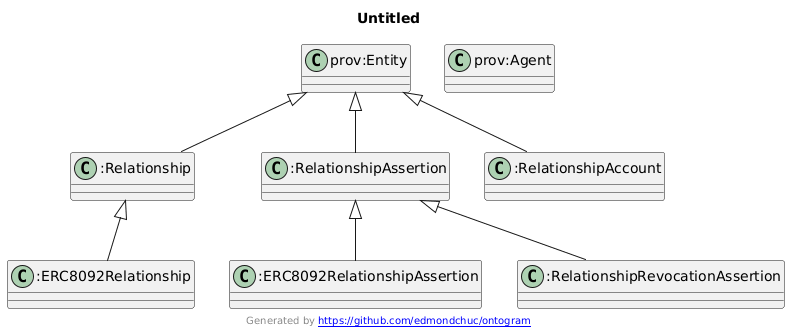
Earlier version of the PlantUML export docs/ontology/images/sections/erc8092-relationships.png (Agentic-Trust-Layer/agent-explorer).
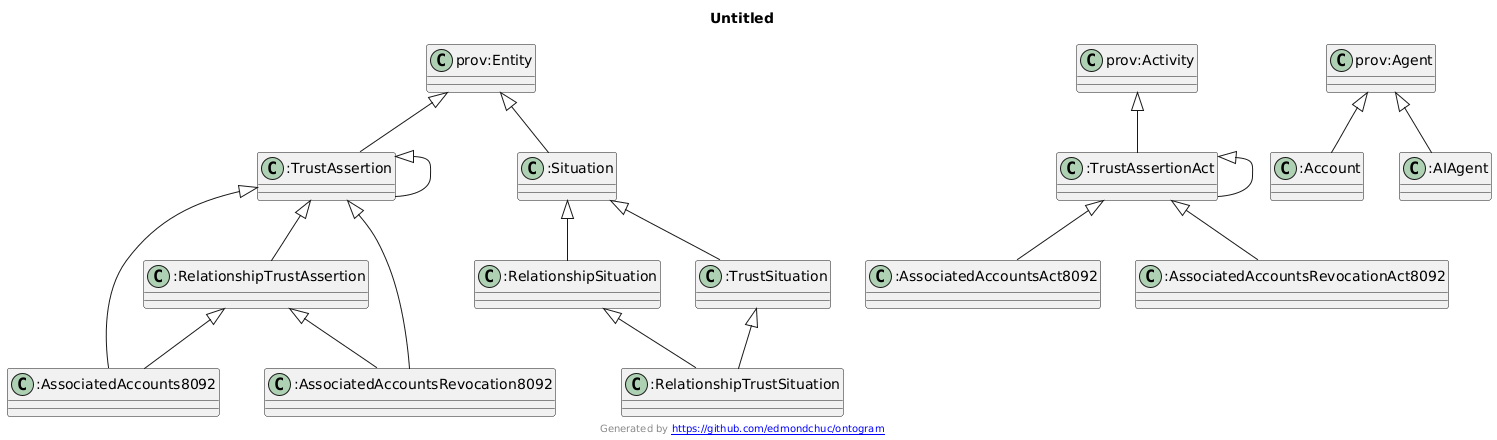
Later version of the same file.

Change to the diagram source:
```diff
@@ -1,26 +1,58 @@
 @startuml
 title Untitled
-"prov:Entity" <|-- ":Relationship"
-"prov:Entity" <|-- ":RelationshipAssertion"
-":Relationship" <|-- ":ERC8092Relationship"
-":RelationshipAssertion" <|-- ":ERC8092RelationshipAssertion"
-"prov:Entity" <|-- ":RelationshipAccount"
-":RelationshipAssertion" <|-- ":RelationshipRevocationAssertion"
+"prov:Entity" <|-- ":TrustAssertion"
+":TrustAssertion" <|-- ":RelationshipTrustAssertion"
+"prov:Activity" <|-- ":TrustAssertionAct"
+"prov:Entity" <|-- ":Situation"
+":Situation" <|-- ":RelationshipSituation"
+":Situation" <|-- ":TrustSituation"
+":RelationshipSituation" <|-- ":RelationshipTrustSituation"
+":TrustSituation" <|-- ":RelationshipTrustSituation"
+":TrustAssertion" <|-- ":TrustAssertion"
+":TrustAssertionAct" <|-- ":TrustAssertionAct"
+":TrustAssertion" <|-- ":AssociatedAccounts8092"
+":RelationshipTrustAssertion" <|-- ":AssociatedAccounts8092"
+":TrustAssertionAct" <|-- ":AssociatedAccountsAct8092"
+":TrustAssertion" <|-- ":AssociatedAccountsRevocation8092"
+":RelationshipTrustAssertion" <|-- ":AssociatedAccountsRevocation8092"
+":TrustAssertionAct" <|-- ":AssociatedAccountsRevocationAct8092"
+"prov:Agent" <|-- ":Account"
+"prov:Agent" <|-- ":AIAgent"
 Class "prov:Entity" [[http://www.w3.org/ns/prov#Entity]] {
+}
+Class "prov:Activity" [[http://www.w3.org/ns/prov#Activity]] {
 }
 Class "prov:Agent" [[http://www.w3.org/ns/prov#Agent]] {
 }
-Class ":Relationship" [[https://www.agentictrust.io/ontology/agentictrust#Relationship]] {
+Class ":TrustAssertion" [[https://www.agentictrust.io/ontology/agentictrust-core#TrustAssertion]] {
 }
-Class ":RelationshipAssertion" [[https://www.agentictrust.io/ontology/agentictrust#RelationshipAssertion]] {
+Class ":RelationshipTrustAssertion" [[https://www.agentictrust.io/ontology/agentictrust-core#RelationshipTrustAssertion]] {
 }
-Class ":ERC8092Relationship" [[https://www.agentictrust.io/ontology/ERC8092#ERC8092Relationship]] {
+Class ":TrustAssertionAct" [[https://www.agentictrust.io/ontology/agentictrust-core#TrustAssertionAct]] {
 }
-Class ":ERC8092RelationshipAssertion" [[https://www.agentictrust.io/ontology/ERC8092#ERC8092RelationshipAssertion]] {
+Class ":Situation" [[https://www.agentictrust.io/ontology/agentictrust-core#Situation]] {
 }
-Class ":RelationshipAccount" [[https://www.agentictrust.io/ontology/ERC8092#RelationshipAccount]] {
+Class ":RelationshipSituation" [[https://www.agentictrust.io/ontology/agentictrust-core#RelationshipSituation]] {
 }
-Class ":RelationshipRevocationAssertion" [[https://www.agentictrust.io/ontology/ERC8092#RelationshipRevocationAssertion]] {
+Class ":TrustSituation" [[https://www.agentictrust.io/ontology/agentictrust-core#TrustSituation]] {
+}
+Class ":RelationshipTrustSituation" [[https://www.agentictrust.io/ontology/agentictrust-core#RelationshipTrustSituation]] {
+}
+Class ":TrustAssertion" [[https://www.agentictrust.io/ontology/ERC8092#TrustAssertion]] {
+}
+Class ":TrustAssertionAct" [[https://www.agentictrust.io/ontology/ERC8092#TrustAssertionAct]] {
+}
+Class ":AssociatedAccounts8092" [[https://www.agentictrust.io/ontology/ERC8092#AssociatedAccounts8092]] {
+}
+Class ":AssociatedAccountsAct8092" [[https://www.agentictrust.io/ontology/ERC8092#AssociatedAccountsAct8092]] {
+}
+Class ":AssociatedAccountsRevocation8092" [[https://www.agentictrust.io/ontology/ERC8092#AssociatedAccountsRevocation8092]] {
+}
+Class ":AssociatedAccountsRevocationAct8092" [[https://www.agentictrust.io/ontology/ERC8092#AssociatedAccountsRevocationAct8092]] {
+}
+Class ":Account" [[https://www.agentictrust.io/ontology/agentictrust-eth#Account]] {
+}
+Class ":AIAgent" [[https://www.agentictrust.io/ontology/agentictrust-core#AIAgent]] {
 }
 center footer Generated by [[https://github.com/edmondchuc/ontogram https://github.com/edmondchuc/ontogram]]
 @enduml
```
